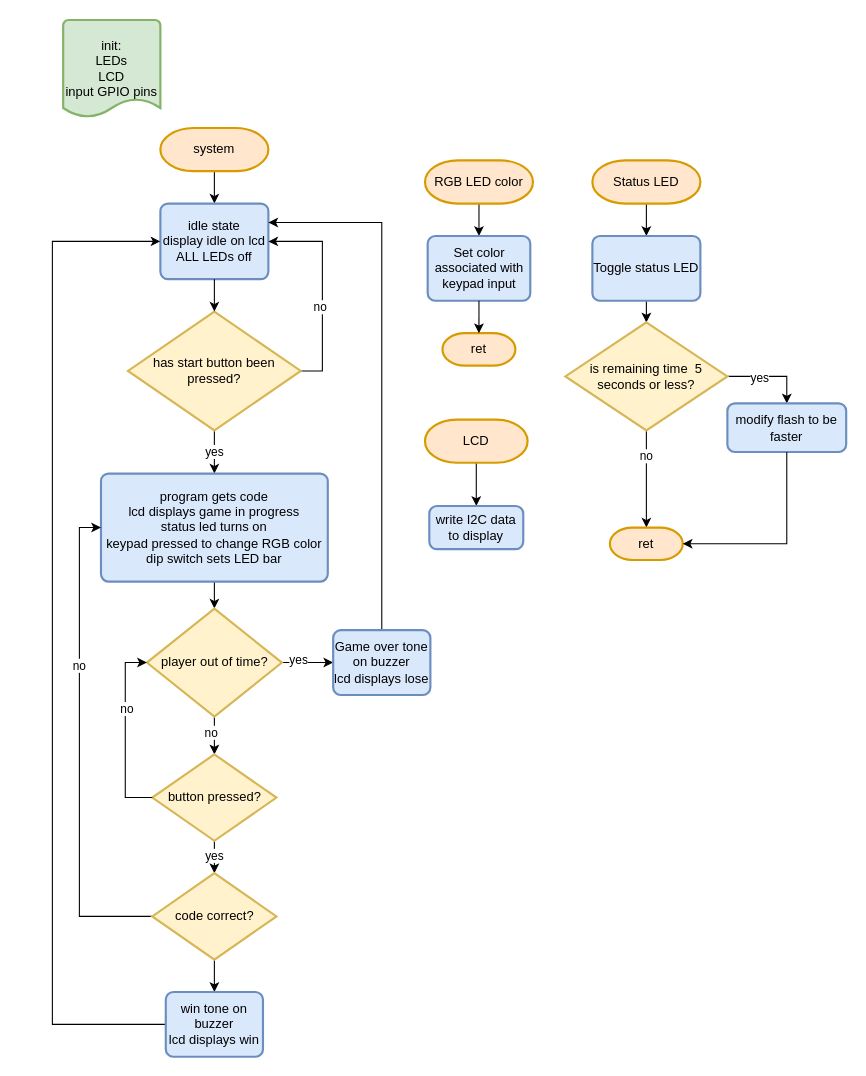
msu-eele-465/final-project-rlm2002 keeps this draw.io diagram as page "flowchart" (2 of 3) of docs/assets/final_project_concept.drawio. Above is the earlier version. Source tidied: cells renumbered, new cells numbered last; positions are measured from the earlier drawing's top-left corner, leaving out a move shared by most shapes. Both pictures are drawn from the tidied source at 108%, with x=0, y=0 at pixel (52, 19).
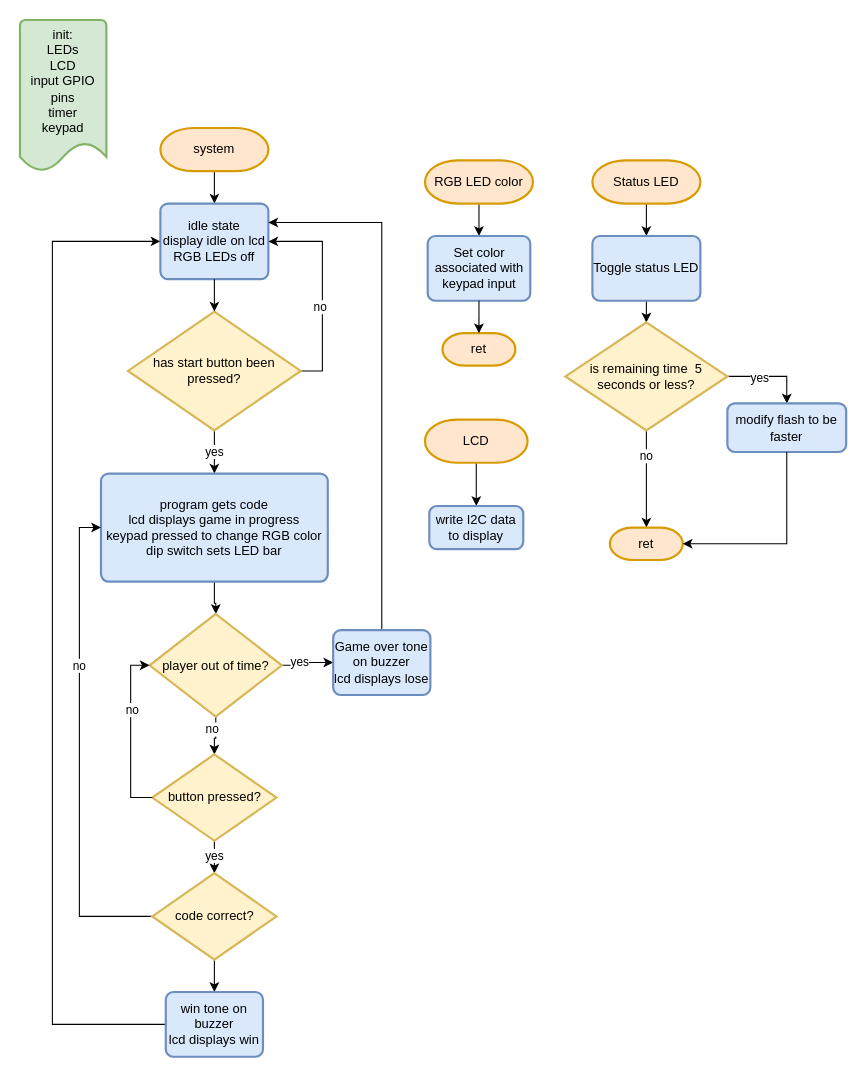
Above is the later version.

Commit message (it also covers changes not shown here):
add status led, fix diagram

Diff of the diagram source:
```diff
@@
-    <mxCell id="4" value="init:&lt;div&gt;LEDs&lt;/div&gt;&lt;div&gt;LCD&lt;/div&gt;&lt;div&gt;input GPIO pins&lt;/div&gt;" style="strokeWidth=2;html=1;shape=mxgraph.flowchart.document2;whiteSpace=wrap;size=0.18888888888888888;fillColor=#d5e8d4;strokeColor=#82b366;" parent="1" vertex="1">
-      <mxGeometry x="10" width="90" height="90" as="geometry" />
+    <mxCell id="4" value="init:&lt;div&gt;LEDs&lt;/div&gt;&lt;div&gt;LCD&lt;/div&gt;&lt;div&gt;input GPIO pins&lt;/div&gt;&lt;div&gt;timer&lt;/div&gt;&lt;div&gt;keypad&lt;/div&gt;" style="strokeWidth=2;html=1;shape=mxgraph.flowchart.document2;whiteSpace=wrap;size=0.18888888888888888;fillColor=#d5e8d4;strokeColor=#82b366;verticalAlign=top;" parent="1" vertex="1">
+      <mxGeometry x="-30" width="80" height="140" as="geometry" />
     </mxCell>
-    <mxCell id="5" value="idle state&lt;div&gt;display idle on lcd&lt;/div&gt;&lt;div&gt;ALL LEDs off&lt;/div&gt;" style="rounded=1;whiteSpace=wrap;html=1;absoluteArcSize=1;arcSize=14;strokeWidth=2;fillColor=#dae8fc;strokeColor=#6c8ebf;" parent="1" vertex="1">
+    <mxCell id="5" value="idle state&lt;div&gt;display idle on lcd&lt;/div&gt;&lt;div&gt;RGB LEDs off&lt;/div&gt;" style="rounded=1;whiteSpace=wrap;html=1;absoluteArcSize=1;arcSize=14;strokeWidth=2;fillColor=#dae8fc;strokeColor=#6c8ebf;" parent="1" vertex="1">
       <mxGeometry x="100" y="170" width="100" height="70" as="geometry" />
     </mxCell>
@@
-    <mxCell id="12" value="program gets code&lt;div&gt;lcd displays game in progress&lt;/div&gt;&lt;div&gt;status led turns on&lt;/div&gt;&lt;div&gt;keypad pressed to change RGB color&lt;/div&gt;&lt;div&gt;dip switch sets LED bar&lt;/div&gt;" style="rounded=1;whiteSpace=wrap;html=1;absoluteArcSize=1;arcSize=14;strokeWidth=2;fillColor=#dae8fc;strokeColor=#6c8ebf;" parent="1" vertex="1">
+    <mxCell id="12" value="program gets code&lt;div&gt;lcd displays game in progress&lt;/div&gt;&lt;div&gt;keypad pressed to change RGB color&lt;/div&gt;&lt;div&gt;dip switch sets LED bar&lt;/div&gt;" style="rounded=1;whiteSpace=wrap;html=1;absoluteArcSize=1;arcSize=14;strokeWidth=2;fillColor=#dae8fc;strokeColor=#6c8ebf;" parent="1" vertex="1">
       <mxGeometry x="45" y="420" width="210" height="100" as="geometry" />
     </mxCell>
@@
     <mxCell id="27" value="player out of time?" style="strokeWidth=2;html=1;shape=mxgraph.flowchart.decision;whiteSpace=wrap;fillColor=#fff2cc;strokeColor=#d6b656;" parent="1" vertex="1">
-      <mxGeometry x="87.5" y="545" width="125" height="100" as="geometry" />
+      <mxGeometry x="90" y="550" width="122.5" height="95" as="geometry" />
     </mxCell>
```
